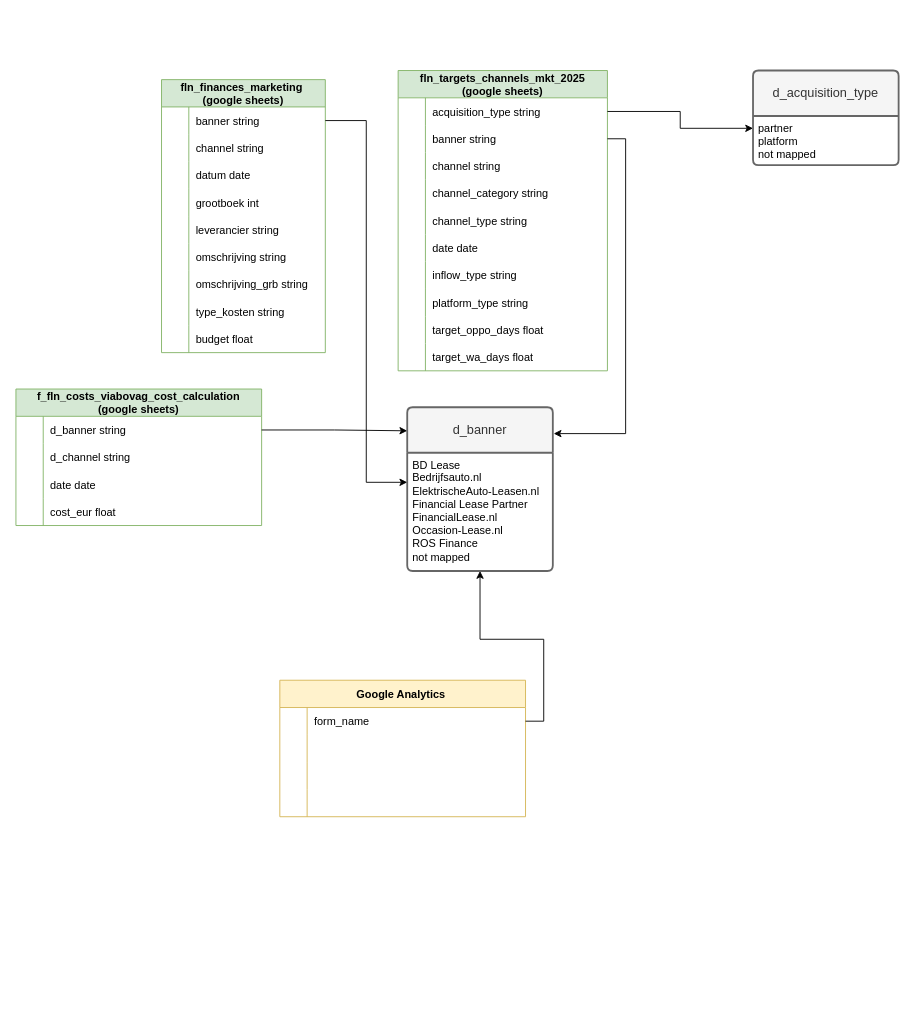
Before: funnel_mapping.drawio in YveTDS/Draw_io, a draw.io diagram. Source tidied: cells renumbered, new cells numbered last; positions are measured from the earlier drawing's top-left corner, leaving out a move shared by most shapes. Both pictures are drawn from the tidied source at 91%, with x=0, y=0 at pixel (15, 70).
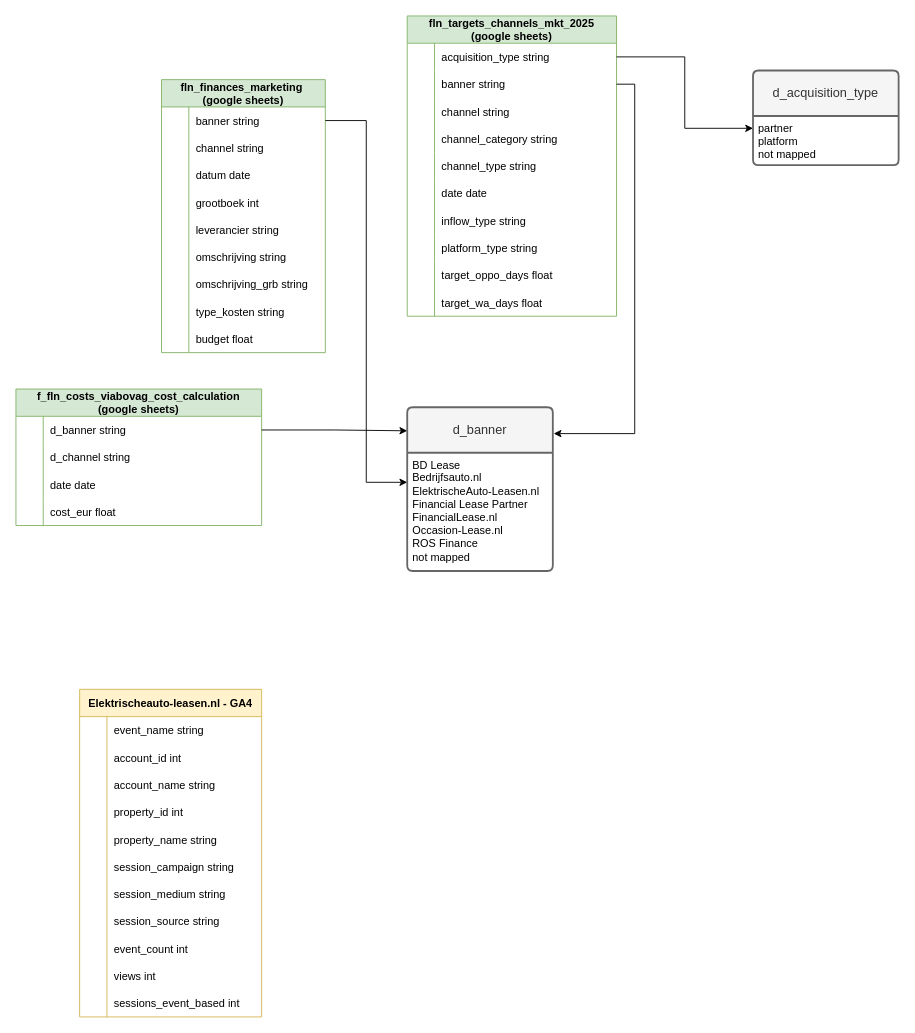
After the change.

The change refers to these unchanged cells:
```xml
<mxCell id="78" value="BD Lease&lt;div&gt;Bedrijfsauto.nl&lt;/div&gt;&lt;div&gt;ElektrischeAuto-Leasen.nl&lt;/div&gt;&lt;div&gt;Financial Lease Partner&lt;/div&gt;&lt;div&gt;FinancialLease.nl&lt;/div&gt;&lt;div&gt;Occasion-Lease.nl&lt;/div&gt;&lt;div&gt;ROS Finance&amp;nbsp;&lt;/div&gt;&lt;div&gt;not mapped&lt;/div&gt;" style="align=left;strokeColor=none;fillColor=none;spacingLeft=4;spacingRight=4;fontSize=12;verticalAlign=top;html=1;whiteSpace=wrap;" parent="77" vertex="1">
  <mxGeometry y="50" width="160" height="130" as="geometry" />
</mxCell>
```

Change to the diagram source:
```diff
@@
     <mxCell id="43" value="fln_targets_channels_mkt_2025&#10;(google sheets)" style="shape=table;startSize=30;childLayout=tableLayout;rowLines=0;fontStyle=1;align=center;fillColor=#d5e8d4;strokeColor=#82b366;swimlaneFillColor=default;" parent="1" vertex="1">
-      <mxGeometry x="420" width="230" height="330" as="geometry" />
+      <mxGeometry x="430" y="-60" width="230" height="330" as="geometry" />
     </mxCell>
@@
-    <mxCell id="82" value="Google Analytics " style="shape=table;startSize=30;childLayout=tableLayout;rowLines=0;fontStyle=1;align=center;fillColor=#fff2cc;strokeColor=#d6b656;swimlaneFillColor=default;" parent="1" vertex="1">
-      <mxGeometry x="290" y="670" width="270" height="150" as="geometry" />
-    </mxCell>
-    <mxCell id="83" style="shape=tableRow;horizontal=0;startSize=0;swimlaneHead=0;swimlaneBody=0;fillColor=none;points=[[0,0.5],[1,0.5]];portConstraint=eastwest;strokeColor=inherit;top=0;left=0;right=0;bottom=0;" parent="82" vertex="1">
-      <mxGeometry y="30" width="270" height="30" as="geometry" />
-    </mxCell>
-    <mxCell id="84" style="shape=partialRectangle;overflow=hidden;fillColor=none;strokeColor=inherit;top=0;left=0;bottom=0;right=0;" parent="83" vertex="1">
-      <mxGeometry width="30" height="30" as="geometry" />
-    </mxCell>
-    <mxCell id="85" value="form_name" style="shape=partialRectangle;overflow=hidden;fillColor=none;align=left;strokeColor=inherit;top=0;left=0;bottom=0;right=0;spacingLeft=6;" parent="83" vertex="1">
-      <mxGeometry x="30" width="240" height="30" as="geometry" />
-    </mxCell>
-    <mxCell id="86" style="shape=tableRow;horizontal=0;startSize=0;swimlaneHead=0;swimlaneBody=0;fillColor=none;strokeColor=inherit;top=0;left=0;right=0;bottom=0;" parent="82" vertex="1">
-      <mxGeometry y="60" width="270" height="30" as="geometry" />
-    </mxCell>
-    <mxCell id="87" style="shape=partialRectangle;overflow=hidden;fillColor=none;strokeColor=inherit;top=0;left=0;bottom=0;right=0;" parent="86" vertex="1">
-      <mxGeometry width="30" height="30" as="geometry" />
-    </mxCell>
-    <mxCell id="88" style="shape=partialRectangle;overflow=hidden;fillColor=none;align=left;strokeColor=inherit;top=0;left=0;bottom=0;right=0;spacingLeft=6;" parent="86" vertex="1">
-      <mxGeometry x="30" width="240" height="30" as="geometry" />
-    </mxCell>
-    <mxCell id="89" style="shape=tableRow;horizontal=0;startSize=0;swimlaneHead=0;swimlaneBody=0;fillColor=none;strokeColor=inherit;top=0;left=0;right=0;bottom=0;" parent="82" vertex="1">
-      <mxGeometry y="90" width="270" height="30" as="geometry" />
-    </mxCell>
-    <mxCell id="90" style="shape=partialRectangle;overflow=hidden;fillColor=none;strokeColor=inherit;top=0;left=0;bottom=0;right=0;" parent="89" vertex="1">
-      <mxGeometry width="30" height="30" as="geometry" />
-    </mxCell>
-    <mxCell id="91" style="shape=partialRectangle;overflow=hidden;fillColor=none;align=left;strokeColor=inherit;top=0;left=0;bottom=0;right=0;spacingLeft=6;" parent="89" vertex="1">
-      <mxGeometry x="30" width="240" height="30" as="geometry" />
-    </mxCell>
-    <mxCell id="92" style="shape=tableRow;horizontal=0;startSize=0;swimlaneHead=0;swimlaneBody=0;fillColor=none;strokeColor=inherit;top=0;left=0;right=0;bottom=0;" parent="82" vertex="1">
-      <mxGeometry y="120" width="270" height="30" as="geometry" />
-    </mxCell>
-    <mxCell id="93" style="shape=partialRectangle;overflow=hidden;fillColor=none;strokeColor=inherit;top=0;left=0;bottom=0;right=0;" parent="92" vertex="1">
-      <mxGeometry width="30" height="30" as="geometry" />
-    </mxCell>
-    <mxCell id="94" style="shape=partialRectangle;overflow=hidden;fillColor=none;align=left;strokeColor=inherit;top=0;left=0;bottom=0;right=0;spacingLeft=6;" parent="92" vertex="1">
-      <mxGeometry x="30" width="240" height="30" as="geometry" />
-    </mxCell>
-    <mxCell id="95" style="edgeStyle=orthogonalEdgeStyle;rounded=0;jettySize=auto;html=1;exitX=1;exitY=0.5;exitDx=0;exitDy=0;entryX=0.5;entryY=1;entryDx=0;entryDy=0;" parent="1" edge="1" source="83" target="78">
-      <mxGeometry relative="1" as="geometry" />
-    </mxCell>
+    <mxCell id="96" value="Elektrischeauto-leasen.nl - GA4" style="shape=table;startSize=30;childLayout=tableLayout;rowLines=0;fontStyle=1;align=center;fillColor=#fff2cc;strokeColor=#d6b656;" parent="1" vertex="1">
+      <mxGeometry x="70" y="680" width="200" height="360" as="geometry" />
+    </mxCell>
+    <mxCell id="97" style="shape=tableRow;horizontal=0;startSize=0;swimlaneHead=0;swimlaneBody=0;fillColor=none;strokeColor=inherit;top=0;left=0;right=0;bottom=0;" parent="96" vertex="1">
+      <mxGeometry y="30" width="200" height="30" as="geometry" />
+    </mxCell>
+    <mxCell id="98" style="shape=partialRectangle;overflow=hidden;fillColor=none;strokeColor=inherit;top=0;left=0;bottom=0;right=0;" parent="97" vertex="1">
+      <mxGeometry width="30" height="30" as="geometry" />
+    </mxCell>
+    <mxCell id="99" value="event_name string" style="shape=partialRectangle;overflow=hidden;fillColor=none;align=left;strokeColor=inherit;top=0;left=0;bottom=0;right=0;spacingLeft=6;" parent="97" vertex="1">
+      <mxGeometry x="30" width="170" height="30" as="geometry" />
+    </mxCell>
+    <mxCell id="100" style="shape=tableRow;horizontal=0;startSize=0;swimlaneHead=0;swimlaneBody=0;fillColor=none;strokeColor=inherit;top=0;left=0;right=0;bottom=0;" parent="96" vertex="1">
+      <mxGeometry y="60" width="200" height="30" as="geometry" />
+    </mxCell>
+    <mxCell id="101" style="shape=partialRectangle;overflow=hidden;fillColor=none;strokeColor=inherit;top=0;left=0;bottom=0;right=0;" parent="100" vertex="1">
+      <mxGeometry width="30" height="30" as="geometry" />
+    </mxCell>
+    <mxCell id="102" value="account_id int" style="shape=partialRectangle;overflow=hidden;fillColor=none;align=left;strokeColor=inherit;top=0;left=0;bottom=0;right=0;spacingLeft=6;" parent="100" vertex="1">
+      <mxGeometry x="30" width="170" height="30" as="geometry" />
+    </mxCell>
+    <mxCell id="103" style="shape=tableRow;horizontal=0;startSize=0;swimlaneHead=0;swimlaneBody=0;fillColor=none;strokeColor=inherit;top=0;left=0;right=0;bottom=0;" parent="96" vertex="1">
+      <mxGeometry y="90" width="200" height="30" as="geometry" />
+    </mxCell>
+    <mxCell id="104" style="shape=partialRectangle;overflow=hidden;fillColor=none;strokeColor=inherit;top=0;left=0;bottom=0;right=0;" parent="103" vertex="1">
+      <mxGeometry width="30" height="30" as="geometry" />
+    </mxCell>
+    <mxCell id="105" value="account_name string" style="shape=partialRectangle;overflow=hidden;fillColor=none;align=left;strokeColor=inherit;top=0;left=0;bottom=0;right=0;spacingLeft=6;" parent="103" vertex="1">
+      <mxGeometry x="30" width="170" height="30" as="geometry" />
+    </mxCell>
+    <mxCell id="106" style="shape=tableRow;horizontal=0;startSize=0;swimlaneHead=0;swimlaneBody=0;fillColor=none;strokeColor=inherit;top=0;left=0;right=0;bottom=0;" parent="96" vertex="1">
+      <mxGeometry y="120" width="200" height="30" as="geometry" />
+    </mxCell>
+    <mxCell id="107" style="shape=partialRectangle;overflow=hidden;fillColor=none;strokeColor=inherit;top=0;left=0;bottom=0;right=0;" parent="106" vertex="1">
+      <mxGeometry width="30" height="30" as="geometry" />
+    </mxCell>
+    <mxCell id="108" value="property_id int" style="shape=partialRectangle;overflow=hidden;fillColor=none;align=left;strokeColor=inherit;top=0;left=0;bottom=0;right=0;spacingLeft=6;" parent="106" vertex="1">
+      <mxGeometry x="30" width="170" height="30" as="geometry" />
+    </mxCell>
+    <mxCell id="109" style="shape=tableRow;horizontal=0;startSize=0;swimlaneHead=0;swimlaneBody=0;fillColor=none;strokeColor=inherit;top=0;left=0;right=0;bottom=0;" parent="96" vertex="1">
+      <mxGeometry y="150" width="200" height="30" as="geometry" />
+    </mxCell>
+    <mxCell id="110" style="shape=partialRectangle;overflow=hidden;fillColor=none;strokeColor=inherit;top=0;left=0;bottom=0;right=0;" parent="109" vertex="1">
+      <mxGeometry width="30" height="30" as="geometry" />
+    </mxCell>
+    <mxCell id="111" value="property_name string" style="shape=partialRectangle;overflow=hidden;fillColor=none;align=left;strokeColor=inherit;top=0;left=0;bottom=0;right=0;spacingLeft=6;" parent="109" vertex="1">
+      <mxGeometry x="30" width="170" height="30" as="geometry" />
+    </mxCell>
+    <mxCell id="112" style="shape=tableRow;horizontal=0;startSize=0;swimlaneHead=0;swimlaneBody=0;fillColor=none;strokeColor=inherit;top=0;left=0;right=0;bottom=0;" parent="96" vertex="1">
+      <mxGeometry y="180" width="200" height="30" as="geometry" />
+    </mxCell>
+    <mxCell id="113" style="shape=partialRectangle;overflow=hidden;fillColor=none;strokeColor=inherit;top=0;left=0;bottom=0;right=0;" parent="112" vertex="1">
+      <mxGeometry width="30" height="30" as="geometry" />
+    </mxCell>
+    <mxCell id="114" value="session_campaign string" style="shape=partialRectangle;overflow=hidden;fillColor=none;align=left;strokeColor=inherit;top=0;left=0;bottom=0;right=0;spacingLeft=6;" parent="112" vertex="1">
+      <mxGeometry x="30" width="170" height="30" as="geometry" />
+    </mxCell>
+    <mxCell id="115" style="shape=tableRow;horizontal=0;startSize=0;swimlaneHead=0;swimlaneBody=0;fillColor=none;strokeColor=inherit;top=0;left=0;right=0;bottom=0;" parent="96" vertex="1">
+      <mxGeometry y="210" width="200" height="30" as="geometry" />
+    </mxCell>
+    <mxCell id="116" style="shape=partialRectangle;overflow=hidden;fillColor=none;strokeColor=inherit;top=0;left=0;bottom=0;right=0;" parent="115" vertex="1">
+      <mxGeometry width="30" height="30" as="geometry" />
+    </mxCell>
+    <mxCell id="117" value="session_medium string" style="shape=partialRectangle;overflow=hidden;fillColor=none;align=left;strokeColor=inherit;top=0;left=0;bottom=0;right=0;spacingLeft=6;" parent="115" vertex="1">
+      <mxGeometry x="30" width="170" height="30" as="geometry" />
+    </mxCell>
+    <mxCell id="118" style="shape=tableRow;horizontal=0;startSize=0;swimlaneHead=0;swimlaneBody=0;fillColor=none;strokeColor=inherit;top=0;left=0;right=0;bottom=0;" parent="96" vertex="1">
+      <mxGeometry y="240" width="200" height="30" as="geometry" />
+    </mxCell>
+    <mxCell id="119" style="shape=partialRectangle;overflow=hidden;fillColor=none;strokeColor=inherit;top=0;left=0;bottom=0;right=0;" parent="118" vertex="1">
+      <mxGeometry width="30" height="30" as="geometry" />
+    </mxCell>
+    <mxCell id="120" value="session_source string" style="shape=partialRectangle;overflow=hidden;fillColor=none;align=left;strokeColor=inherit;top=0;left=0;bottom=0;right=0;spacingLeft=6;" parent="118" vertex="1">
+      <mxGeometry x="30" width="170" height="30" as="geometry" />
+    </mxCell>
+    <mxCell id="121" style="shape=tableRow;horizontal=0;startSize=0;swimlaneHead=0;swimlaneBody=0;fillColor=none;strokeColor=inherit;top=0;left=0;right=0;bottom=0;" parent="96" vertex="1">
+      <mxGeometry y="270" width="200" height="30" as="geometry" />
+    </mxCell>
+    <mxCell id="122" style="shape=partialRectangle;overflow=hidden;fillColor=none;strokeColor=inherit;top=0;left=0;bottom=0;right=0;" parent="121" vertex="1">
+      <mxGeometry width="30" height="30" as="geometry" />
+    </mxCell>
+    <mxCell id="123" value="event_count int" style="shape=partialRectangle;overflow=hidden;fillColor=none;align=left;strokeColor=inherit;top=0;left=0;bottom=0;right=0;spacingLeft=6;" parent="121" vertex="1">
+      <mxGeometry x="30" width="170" height="30" as="geometry" />
+    </mxCell>
+    <mxCell id="124" style="shape=tableRow;horizontal=0;startSize=0;swimlaneHead=0;swimlaneBody=0;fillColor=none;strokeColor=inherit;top=0;left=0;right=0;bottom=0;" parent="96" vertex="1">
+      <mxGeometry y="300" width="200" height="30" as="geometry" />
+    </mxCell>
+    <mxCell id="125" style="shape=partialRectangle;overflow=hidden;fillColor=none;strokeColor=inherit;top=0;left=0;bottom=0;right=0;" parent="124" vertex="1">
+      <mxGeometry width="30" height="30" as="geometry" />
+    </mxCell>
+    <mxCell id="126" value="views int" style="shape=partialRectangle;overflow=hidden;fillColor=none;align=left;strokeColor=inherit;top=0;left=0;bottom=0;right=0;spacingLeft=6;" parent="124" vertex="1">
+      <mxGeometry x="30" width="170" height="30" as="geometry" />
+    </mxCell>
+    <mxCell id="127" style="shape=tableRow;horizontal=0;startSize=0;swimlaneHead=0;swimlaneBody=0;fillColor=none;strokeColor=inherit;top=0;left=0;right=0;bottom=0;" parent="96" vertex="1">
+      <mxGeometry y="330" width="200" height="30" as="geometry" />
+    </mxCell>
+    <mxCell id="128" style="shape=partialRectangle;overflow=hidden;fillColor=none;strokeColor=inherit;top=0;left=0;bottom=0;right=0;" parent="127" vertex="1">
+      <mxGeometry width="30" height="30" as="geometry" />
+    </mxCell>
+    <mxCell id="129" value="sessions_event_based int" style="shape=partialRectangle;overflow=hidden;fillColor=none;align=left;strokeColor=inherit;top=0;left=0;bottom=0;right=0;spacingLeft=6;" parent="127" vertex="1">
+      <mxGeometry x="30" width="170" height="30" as="geometry" />
+    </mxCell>
```
